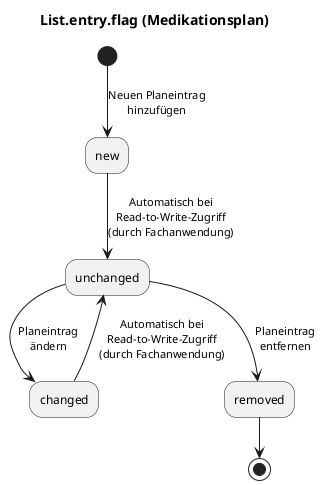
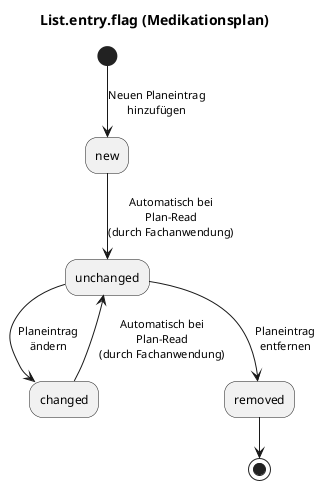
@startuml
title List.entry.flag (Medikationsplan)

(*) -d-> [Neuen Planeintrag\nhinzufügen] new
- new --> [Automatisch bei\nRead-to-Write-Zugriff\n(durch Fachanwendung)] unchanged
- changed --> [Automatisch bei\nRead-to-Write-Zugriff\n(durch Fachanwendung)] unchanged
+ new --> [Automatisch bei\nPlan-Read\n(durch Fachanwendung)] unchanged
+ changed --> [Automatisch bei\nPlan-Read\n(durch Fachanwendung)] unchanged
unchanged --> [Planeintrag\nändern] changed
unchanged -d-> [Planeintrag\nentfernen] removed
removed  -d-> (*)
@enduml